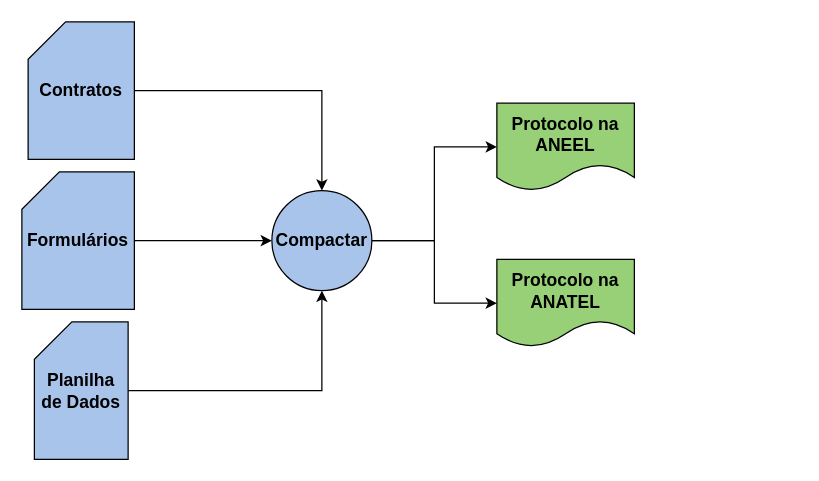
This is Diagrama sem nome.drawio from lguedes-git/drawio, a draw.io file, before an edit. Source tidied: cells renumbered, new cells numbered last; positions are measured from the earlier drawing's top-left corner, leaving out a move shared by most shapes. Both pictures are drawn from the tidied source at 125%, with x=0, y=0 at pixel (21, 21).
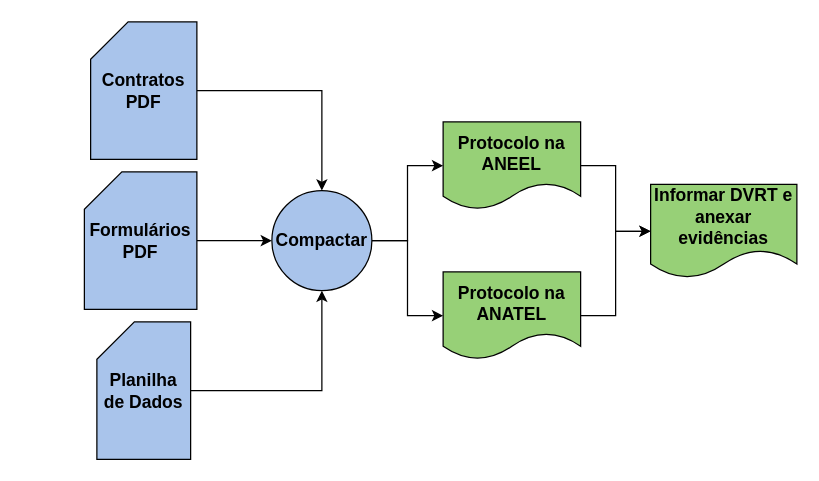
The same page after the edit.

Change to the diagram source:
```diff
@@
 <mxGraphModel>
   <root>
     <mxCell id="0" />
     <mxCell id="1" parent="0" />
+    <mxCell id="13" style="edgeStyle=orthogonalEdgeStyle;rounded=0;jettySize=auto;html=1;entryX=0;entryY=0.5;entryDx=0;entryDy=0;fontSize=14;" parent="1" edge="1" source="2" target="15">
+      <mxGeometry relative="1" as="geometry" />
+    </mxCell>
     <mxCell id="2" value="&lt;b&gt;&lt;font style=&quot;font-size: 14px;&quot;&gt;Protocolo na ANEEL&lt;br&gt;&lt;/font&gt;&lt;/b&gt;" style="shape=document;whiteSpace=wrap;html=1;boundedLbl=1;fillColor=#97D077;" parent="1" vertex="1">
-      <mxGeometry x="380" y="65" width="110" height="70" as="geometry" />
+      <mxGeometry x="337" y="80" width="110" height="70" as="geometry" />
     </mxCell>
     <mxCell id="3" style="edgeStyle=orthogonalEdgeStyle;rounded=0;jettySize=auto;html=1;fontSize=14;" parent="1" edge="1" source="4" target="12">
       <mxGeometry relative="1" as="geometry" />
     </mxCell>
-    <mxCell id="4" value="&lt;b&gt;Contratos&lt;/b&gt;" style="shape=card;whiteSpace=wrap;html=1;fontSize=14;fillColor=#A9C4EB;" parent="1" vertex="1">
-      <mxGeometry x="5" width="85" height="110" as="geometry" />
+    <mxCell id="4" value="&lt;b&gt;Contratos PDF&lt;/b&gt;" style="shape=card;whiteSpace=wrap;html=1;fontSize=14;fillColor=#A9C4EB;" parent="1" vertex="1">
+      <mxGeometry x="55" width="85" height="110" as="geometry" />
     </mxCell>
     <mxCell id="5" style="edgeStyle=orthogonalEdgeStyle;rounded=0;jettySize=auto;html=1;fontSize=14;" parent="1" edge="1" source="6" target="12">
       <mxGeometry relative="1" as="geometry" />
     </mxCell>
-    <mxCell id="6" value="&lt;b&gt;Formulários&lt;/b&gt;" style="shape=card;whiteSpace=wrap;html=1;fontSize=14;fillColor=#A9C4EB;" parent="1" vertex="1">
-      <mxGeometry y="120" width="90" height="110" as="geometry" />
+    <mxCell id="6" value="&lt;b&gt;Formulários PDF&lt;/b&gt;" style="shape=card;whiteSpace=wrap;html=1;fontSize=14;fillColor=#A9C4EB;" parent="1" vertex="1">
+      <mxGeometry x="50" y="120" width="90" height="110" as="geometry" />
     </mxCell>
     <mxCell id="7" style="edgeStyle=orthogonalEdgeStyle;rounded=0;jettySize=auto;html=1;entryX=0.5;entryY=1;entryDx=0;entryDy=0;fontSize=14;" parent="1" edge="1" source="8" target="12">
       <mxGeometry relative="1" as="geometry" />
     </mxCell>
     <mxCell id="8" value="&lt;b&gt;Planilha de Dados&lt;/b&gt;" style="shape=card;whiteSpace=wrap;html=1;fontSize=14;fillColor=#A9C4EB;" parent="1" vertex="1">
-      <mxGeometry x="10" y="240" width="75" height="110" as="geometry" />
+      <mxGeometry x="60" y="240" width="75" height="110" as="geometry" />
     </mxCell>
+    <mxCell id="14" style="edgeStyle=orthogonalEdgeStyle;rounded=0;jettySize=auto;html=1;entryX=0;entryY=0.5;entryDx=0;entryDy=0;fontSize=14;" parent="1" edge="1" source="9" target="15">
+      <mxGeometry relative="1" as="geometry" />
+    </mxCell>
     <mxCell id="9" value="&lt;b&gt;&lt;font style=&quot;font-size: 14px;&quot;&gt;Protocolo na ANATEL&lt;br&gt;&lt;/font&gt;&lt;/b&gt;" style="shape=document;whiteSpace=wrap;html=1;boundedLbl=1;fillColor=#97D077;" parent="1" vertex="1">
-      <mxGeometry x="380" y="190" width="110" height="70" as="geometry" />
+      <mxGeometry x="337" y="200" width="110" height="70" as="geometry" />
     </mxCell>
-    <mxCell id="10" style="edgeStyle=orthogonalEdgeStyle;rounded=0;jettySize=auto;html=1;fontSize=14;" parent="1" edge="1" source="12" target="2">
+    <mxCell id="10" style="edgeStyle=orthogonalEdgeStyle;rounded=0;jettySize=auto;html=1;entryX=0;entryY=0.5;entryDx=0;entryDy=0;fontSize=14;" parent="1" edge="1" source="12" target="2">
       <mxGeometry relative="1" as="geometry" />
     </mxCell>
-    <mxCell id="11" style="edgeStyle=orthogonalEdgeStyle;rounded=0;jettySize=auto;html=1;fontSize=14;" parent="1" edge="1" source="12" target="9">
+    <mxCell id="11" style="edgeStyle=orthogonalEdgeStyle;rounded=0;jettySize=auto;html=1;entryX=0;entryY=0.5;entryDx=0;entryDy=0;fontSize=14;" parent="1" edge="1" source="12" target="9">
       <mxGeometry relative="1" as="geometry" />
     </mxCell>
     <mxCell id="12" value="&lt;b&gt;Compactar&lt;/b&gt;" style="ellipse;whiteSpace=wrap;html=1;fontSize=14;fillColor=#A9C4EB;" parent="1" vertex="1">
       <mxGeometry x="200" y="135" width="80" height="80" as="geometry" />
     </mxCell>
+    <mxCell id="15" value="&lt;b&gt;&lt;font style=&quot;font-size: 14px;&quot;&gt;Informar DVRT e anexar evidências&lt;br&gt;&lt;/font&gt;&lt;/b&gt;" style="shape=document;whiteSpace=wrap;html=1;boundedLbl=1;fillColor=#97D077;" parent="1" vertex="1">
+      <mxGeometry x="503" y="130" width="117" height="75" as="geometry" />
+    </mxCell>
   </root>
 </mxGraphModel>
```
